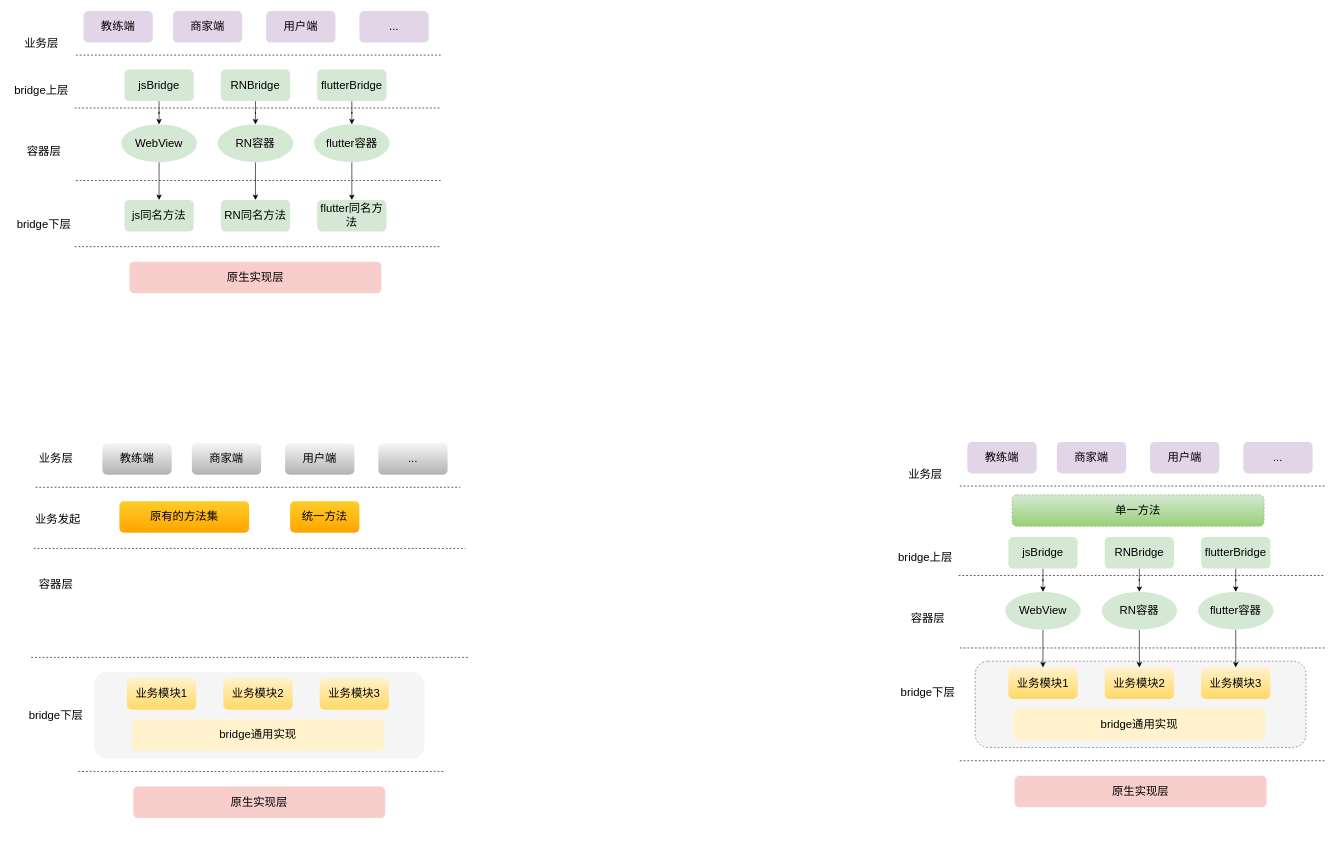
This is page "第 1 页" (1 of 3) of .drawio-chrome/通用bridge.drawio from yyht800/SiGuoYa, a draw.io file, before an edit. Source tidied: cells renumbered, new cells numbered last; positions are measured from the earlier drawing's top-left corner, leaving out a move shared by most shapes. Both pictures are drawn from the tidied source at 63%, with x=0, y=0 at pixel (11, 11).
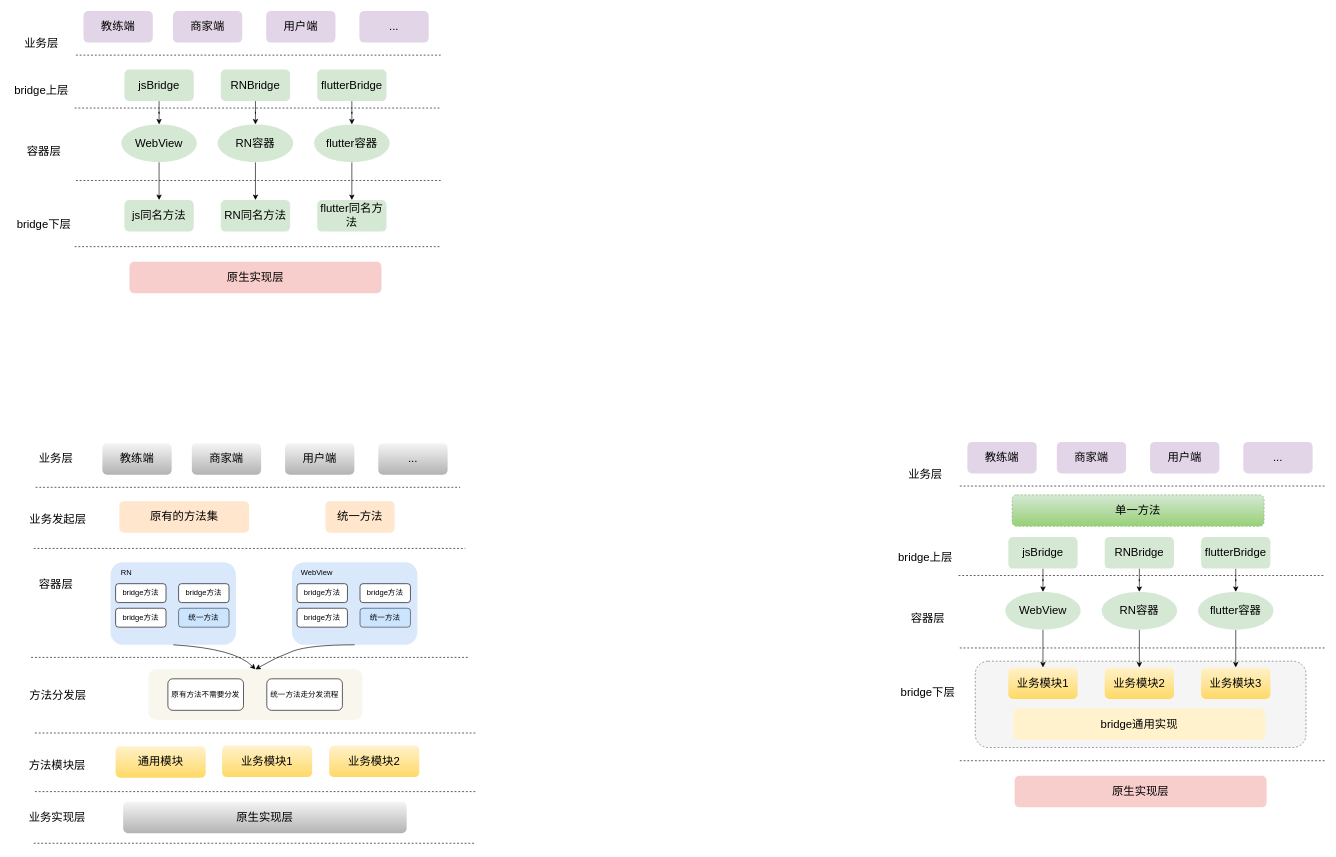
The same page after the edit.

What changed in the source:
```diff
@@
-    <mxCell id="2" style="rounded=1;whiteSpace=wrap;html=1;dashed=1;fontSize=18;strokeWidth=1;fillColor=#f5f5f5;strokeColor=none;fontColor=#333333;" parent="1" vertex="1">
-      <mxGeometry x="131.5" y="1049" width="525" height="137" as="geometry" />
-    </mxCell>
@@
-    <mxCell id="38" value="bridge下层" style="text;html=1;align=center;verticalAlign=middle;strokeColor=none;fillColor=none;fontSize=18;" parent="1" vertex="1">
-      <mxGeometry x="23" y="1104.5" width="96" height="26" as="geometry" />
-    </mxCell>
     <mxCell id="39" style="line;strokeWidth=1;html=1;dashed=1;" parent="1" vertex="1">
-      <mxGeometry x="107" y="1202" width="580" height="10" as="geometry" />
+      <mxGeometry x="38" y="1141" width="700" height="10" as="geometry" />
     </mxCell>
-    <mxCell id="40" value="业务模块1" style="rounded=1;whiteSpace=wrap;html=1;dashed=1;fontSize=18;strokeWidth=1;strokeColor=none;fillColor=#fff2cc;gradientColor=#ffd966;" parent="1" vertex="1">
-      <mxGeometry x="184" y="1059" width="110" height="50" as="geometry" />
-    </mxCell>
-    <mxCell id="41" value="业务模块2" style="rounded=1;whiteSpace=wrap;html=1;dashed=1;fontSize=18;strokeWidth=1;strokeColor=none;fillColor=#fff2cc;gradientColor=#ffd966;" parent="1" vertex="1">
-      <mxGeometry x="337" y="1059" width="110" height="50" as="geometry" />
-    </mxCell>
-    <mxCell id="42" value="业务模块3" style="rounded=1;whiteSpace=wrap;html=1;dashed=1;fontSize=18;strokeWidth=1;strokeColor=none;fillColor=#fff2cc;gradientColor=#ffd966;" parent="1" vertex="1">
-      <mxGeometry x="490" y="1059" width="110" height="50" as="geometry" />
-    </mxCell>
-    <mxCell id="43" value="原生实现层" style="rounded=1;whiteSpace=wrap;html=1;dashed=1;fontSize=18;strokeWidth=1;strokeColor=none;fillColor=#f8cecc;" parent="1" vertex="1">
-      <mxGeometry x="194" y="1231" width="400" height="50" as="geometry" />
-    </mxCell>
-    <mxCell id="44" value="bridge通用实现" style="rounded=1;whiteSpace=wrap;html=1;dashed=1;fontSize=18;strokeWidth=1;strokeColor=none;fillColor=#fff2cc;" parent="1" vertex="1">
-      <mxGeometry x="192" y="1124" width="400" height="50" as="geometry" />
-    </mxCell>
@@
-    <mxCell id="77" value="业务发起" style="text;html=1;align=center;verticalAlign=middle;strokeColor=none;fillColor=none;fontSize=18;" parent="1" vertex="1">
-      <mxGeometry x="33" y="794" width="82" height="26" as="geometry" />
+    <mxCell id="77" value="业务发起层" style="text;html=1;align=center;verticalAlign=middle;strokeColor=none;fillColor=none;fontSize=18;" parent="1" vertex="1">
+      <mxGeometry x="24" y="794" width="100" height="26" as="geometry" />
     </mxCell>
-    <mxCell id="78" value="原有的方法集" style="rounded=1;whiteSpace=wrap;html=1;dashed=1;fontSize=18;strokeWidth=1;strokeColor=none;fillColor=#ffcd28;gradientColor=#ffa500;" parent="1" vertex="1">
+    <mxCell id="78" value="原有的方法集" style="rounded=1;whiteSpace=wrap;html=1;dashed=1;fontSize=18;strokeWidth=1;strokeColor=none;fillColor=#ffe6cc;" parent="1" vertex="1">
       <mxGeometry x="172" y="778" width="206" height="50" as="geometry" />
     </mxCell>
-    <mxCell id="79" value="统一方法" style="rounded=1;whiteSpace=wrap;html=1;dashed=1;fontSize=18;strokeWidth=1;strokeColor=none;fillColor=#ffcd28;gradientColor=#ffa500;" parent="1" vertex="1">
-      <mxGeometry x="443" y="778" width="110" height="50" as="geometry" />
+    <mxCell id="79" value="统一方法" style="rounded=1;whiteSpace=wrap;html=1;dashed=1;fontSize=18;strokeWidth=1;strokeColor=none;fillColor=#ffe6cc;" parent="1" vertex="1">
+      <mxGeometry x="499" y="778" width="110" height="50" as="geometry" />
     </mxCell>
@@
+    <mxCell id="81" style="rounded=1;whiteSpace=wrap;html=1;dashed=1;fillColor=#dae8fc;strokeColor=none;" parent="1" vertex="1">
+      <mxGeometry x="158" y="875" width="199" height="131" as="geometry" />
+    </mxCell>
+    <mxCell id="82" value="RN" style="text;html=1;align=center;verticalAlign=middle;strokeColor=none;fillColor=none;" parent="1" vertex="1">
+      <mxGeometry x="169" y="883" width="27" height="18" as="geometry" />
+    </mxCell>
+    <mxCell id="83" value="bridge方法" style="rounded=1;whiteSpace=wrap;html=1;" parent="1" vertex="1">
+      <mxGeometry x="166" y="909" width="80" height="30" as="geometry" />
+    </mxCell>
+    <mxCell id="84" value="bridge方法" style="rounded=1;whiteSpace=wrap;html=1;" parent="1" vertex="1">
+      <mxGeometry x="166" y="948" width="80" height="30" as="geometry" />
+    </mxCell>
+    <mxCell id="85" value="bridge方法" style="rounded=1;whiteSpace=wrap;html=1;" parent="1" vertex="1">
+      <mxGeometry x="266" y="909" width="80" height="30" as="geometry" />
+    </mxCell>
+    <mxCell id="86" value="统一方法" style="rounded=1;whiteSpace=wrap;html=1;fillColor=#cce5ff;strokeColor=#36393d;" parent="1" vertex="1">
+      <mxGeometry x="266" y="948" width="80" height="30" as="geometry" />
+    </mxCell>
+    <mxCell id="87" style="rounded=1;whiteSpace=wrap;html=1;dashed=1;fillColor=#dae8fc;strokeColor=none;" parent="1" vertex="1">
+      <mxGeometry x="446" y="875" width="199" height="131" as="geometry" />
+    </mxCell>
+    <mxCell id="88" value="WebView" style="text;html=1;align=center;verticalAlign=middle;strokeColor=none;fillColor=none;" parent="1" vertex="1">
+      <mxGeometry x="455" y="883" width="60" height="18" as="geometry" />
+    </mxCell>
+    <mxCell id="89" value="bridge方法" style="rounded=1;whiteSpace=wrap;html=1;" parent="1" vertex="1">
+      <mxGeometry x="454" y="909" width="80" height="30" as="geometry" />
+    </mxCell>
+    <mxCell id="90" value="bridge方法" style="rounded=1;whiteSpace=wrap;html=1;" parent="1" vertex="1">
+      <mxGeometry x="454" y="948" width="80" height="30" as="geometry" />
+    </mxCell>
+    <mxCell id="91" value="bridge方法" style="rounded=1;whiteSpace=wrap;html=1;" parent="1" vertex="1">
+      <mxGeometry x="554" y="909" width="80" height="30" as="geometry" />
+    </mxCell>
+    <mxCell id="92" value="统一方法" style="rounded=1;whiteSpace=wrap;html=1;fillColor=#cce5ff;strokeColor=#36393d;" parent="1" vertex="1">
+      <mxGeometry x="554" y="948" width="80" height="30" as="geometry" />
+    </mxCell>
+    <mxCell id="93" value="方法分发层" style="text;html=1;align=center;verticalAlign=middle;strokeColor=none;fillColor=none;fontSize=18;" parent="1" vertex="1">
+      <mxGeometry x="24" y="1073" width="100" height="26" as="geometry" />
+    </mxCell>
+    <mxCell id="94" style="rounded=1;whiteSpace=wrap;html=1;fillColor=#f9f7ed;strokeColor=none;" parent="1" vertex="1">
+      <mxGeometry x="218" y="1045" width="340" height="80" as="geometry" />
+    </mxCell>
+    <mxCell id="95" value="原有方法不需要分发" style="rounded=1;whiteSpace=wrap;html=1;" parent="1" vertex="1">
+      <mxGeometry x="249" y="1060" width="120" height="50" as="geometry" />
+    </mxCell>
+    <mxCell id="96" style="curved=1;endArrow=classic;html=1;rounded=0;strokeColor=#000000;exitX=0.5;exitY=1;exitDx=0;exitDy=0;entryX=0.5;entryY=0;entryDx=0;entryDy=0;" parent="1" edge="1" source="81" target="94">
+      <mxGeometry relative="1" as="geometry">
+        <Array as="points">
+          <mxPoint x="356" y="1012" />
+        </Array>
+      </mxGeometry>
+    </mxCell>
+    <mxCell id="97" style="curved=1;endArrow=classic;html=1;rounded=0;strokeColor=#000000;exitX=0.5;exitY=1;exitDx=0;exitDy=0;entryX=0.5;entryY=0;entryDx=0;entryDy=0;" parent="1" edge="1" source="87" target="94">
+      <mxGeometry relative="1" as="geometry">
+        <Array as="points">
+          <mxPoint x="475" y="1006" />
+          <mxPoint x="420" y="1026" />
+        </Array>
+      </mxGeometry>
+    </mxCell>
+    <mxCell id="98" value="统一方法走分发流程" style="rounded=1;whiteSpace=wrap;html=1;" parent="1" vertex="1">
+      <mxGeometry x="406" y="1060" width="120" height="50" as="geometry" />
+    </mxCell>
+    <mxCell id="99" value="方法模块层" style="text;html=1;align=center;verticalAlign=middle;strokeColor=none;fillColor=none;fontSize=18;" parent="1" vertex="1">
+      <mxGeometry x="23" y="1185" width="100" height="26" as="geometry" />
+    </mxCell>
+    <mxCell id="100" value="通用模块" style="rounded=1;whiteSpace=wrap;html=1;dashed=1;fontSize=18;strokeWidth=1;strokeColor=none;fillColor=#fff2cc;gradientColor=#ffd966;" parent="1" vertex="1">
+      <mxGeometry x="166" y="1167" width="143" height="50" as="geometry" />
+    </mxCell>
+    <mxCell id="40" value="业务模块1" style="rounded=1;whiteSpace=wrap;html=1;dashed=1;fontSize=18;strokeWidth=1;strokeColor=none;fillColor=#fff2cc;gradientColor=#ffd966;" parent="1" vertex="1">
+      <mxGeometry x="335" y="1166" width="143" height="50" as="geometry" />
+    </mxCell>
+    <mxCell id="41" value="业务模块2" style="rounded=1;whiteSpace=wrap;html=1;dashed=1;fontSize=18;strokeWidth=1;strokeColor=none;fillColor=#fff2cc;gradientColor=#ffd966;" parent="1" vertex="1">
+      <mxGeometry x="505" y="1166" width="143" height="50" as="geometry" />
+    </mxCell>
+    <mxCell id="101" style="line;strokeWidth=1;html=1;dashed=1;" parent="1" vertex="1">
+      <mxGeometry x="38" y="1234" width="700" height="10" as="geometry" />
+    </mxCell>
+    <mxCell id="102" value="业务实现层" style="text;html=1;align=center;verticalAlign=middle;strokeColor=none;fillColor=none;fontSize=18;" parent="1" vertex="1">
+      <mxGeometry x="23" y="1267" width="100" height="26" as="geometry" />
+    </mxCell>
+    <mxCell id="103" style="line;strokeWidth=1;html=1;dashed=1;" parent="1" vertex="1">
+      <mxGeometry x="36" y="1316" width="700" height="10" as="geometry" />
+    </mxCell>
+    <mxCell id="43" value="原生实现层" style="rounded=1;whiteSpace=wrap;html=1;fontSize=18;strokeWidth=1;strokeColor=none;fillColor=#f5f5f5;gradientColor=#b3b3b3;" parent="1" vertex="1">
+      <mxGeometry x="178" y="1255" width="450" height="50" as="geometry" />
+    </mxCell>
```
